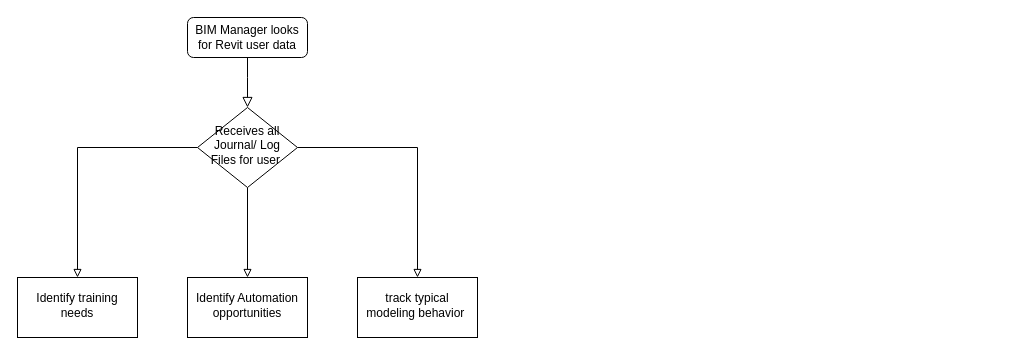
Before: 07_Planning/Use Case Diagram.drawio in DaltonGOO/BIM-Analytics-Platform, a draw.io diagram. Source tidied: cells renumbered, new cells numbered last; positions are measured from the earlier drawing's top-left corner, leaving out a move shared by most shapes. Both pictures are drawn from the tidied source at 100%, with x=0, y=0 at pixel (17, 17).
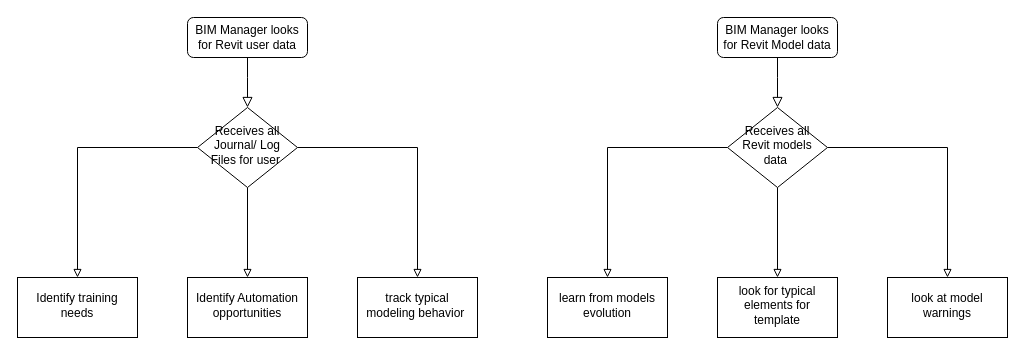
The same page after the edit.

Diff of the diagram source:
```diff
@@
+    <mxCell id="11" style="rounded=0;html=1;jettySize=auto;fontSize=11;endArrow=block;endFill=0;endSize=8;strokeWidth=1;shadow=0;labelBackgroundColor=none;edgeStyle=orthogonalEdgeStyle;align=left;" parent="1" edge="1" source="12" target="16">
+      <mxGeometry relative="1" as="geometry">
+        <Array as="points">
+          <mxPoint x="760" y="60" />
+          <mxPoint x="760" y="60" />
+        </Array>
+      </mxGeometry>
+    </mxCell>
+    <mxCell id="12" value="BIM Manager looks for Revit Model data" style="rounded=1;whiteSpace=wrap;html=1;fontSize=12;glass=0;strokeWidth=1;shadow=0;" parent="1" vertex="1">
+      <mxGeometry x="700" width="120" height="40" as="geometry" />
+    </mxCell>
+    <mxCell id="13" style="edgeStyle=orthogonalEdgeStyle;rounded=0;jettySize=auto;html=1;startFill=1;endArrow=block;endFill=0;align=left;" parent="1" edge="1" source="16" target="17">
+      <mxGeometry relative="1" as="geometry" />
+    </mxCell>
+    <mxCell id="14" style="edgeStyle=orthogonalEdgeStyle;rounded=0;jettySize=auto;html=1;startFill=1;endArrow=block;endFill=0;align=left;" parent="1" edge="1" source="16" target="18">
+      <mxGeometry relative="1" as="geometry" />
+    </mxCell>
+    <mxCell id="15" style="edgeStyle=orthogonalEdgeStyle;rounded=0;jettySize=auto;html=1;startFill=1;endArrow=block;endFill=0;align=left;" parent="1" edge="1" source="16" target="19">
+      <mxGeometry relative="1" as="geometry" />
+    </mxCell>
+    <mxCell id="16" value="Receives all Revit models data&amp;nbsp;" style="rhombus;whiteSpace=wrap;html=1;shadow=0;fontFamily=Helvetica;fontSize=12;align=center;strokeWidth=1;spacing=6;spacingTop=-4;" parent="1" vertex="1">
+      <mxGeometry x="710" y="90" width="100" height="80" as="geometry" />
+    </mxCell>
+    <mxCell id="17" value="&lt;span&gt;learn from models evolution&lt;/span&gt;" style="whiteSpace=wrap;html=1;shadow=0;strokeWidth=1;spacing=6;spacingTop=-4;" parent="1" vertex="1">
+      <mxGeometry x="530" y="260" width="120" height="60" as="geometry" />
+    </mxCell>
+    <mxCell id="18" value="look for typical elements for template" style="whiteSpace=wrap;html=1;shadow=0;strokeWidth=1;spacing=6;spacingTop=-4;" parent="1" vertex="1">
+      <mxGeometry x="700" y="260" width="120" height="60" as="geometry" />
+    </mxCell>
+    <mxCell id="19" value="look at model warnings" style="whiteSpace=wrap;html=1;shadow=0;strokeWidth=1;spacing=6;spacingTop=-4;" parent="1" vertex="1">
+      <mxGeometry x="870" y="260" width="120" height="60" as="geometry" />
+    </mxCell>
```
